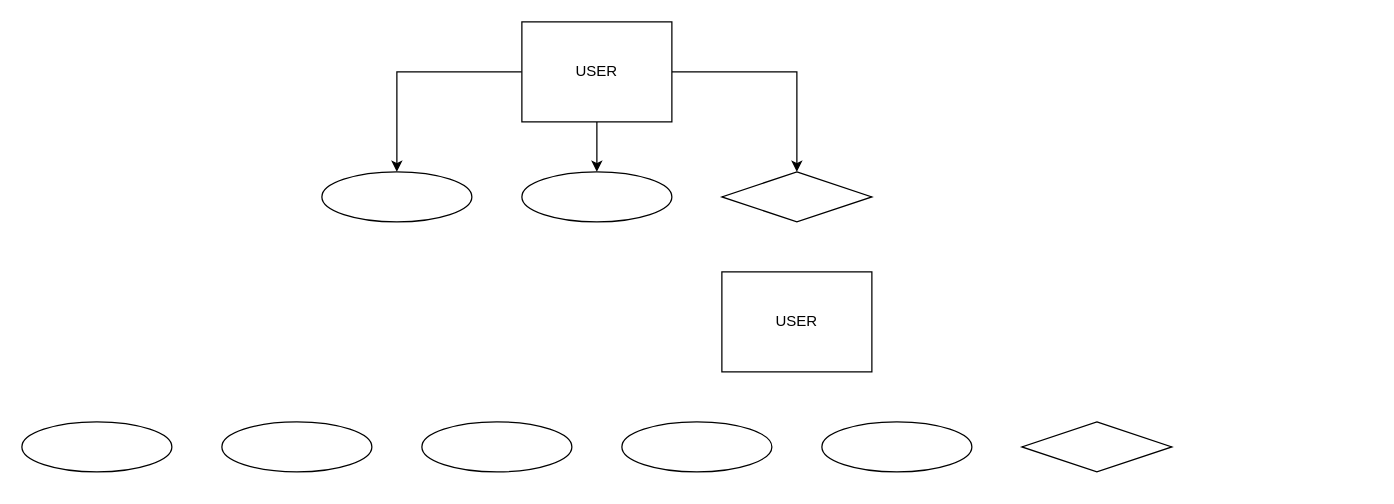
Earlier version of the draw.io diagram Appl Idea/Draft Entity Relationship Diagram (ERD).drawio (anhvuanhvu/SPU_CSC3220_W25_T7). Source tidied: cells renumbered, new cells numbered last; positions are measured from the earlier drawing's top-left corner, leaving out a move shared by most shapes. Both pictures are drawn from the tidied source at 125%, with x=0, y=0 at pixel (21, 21).
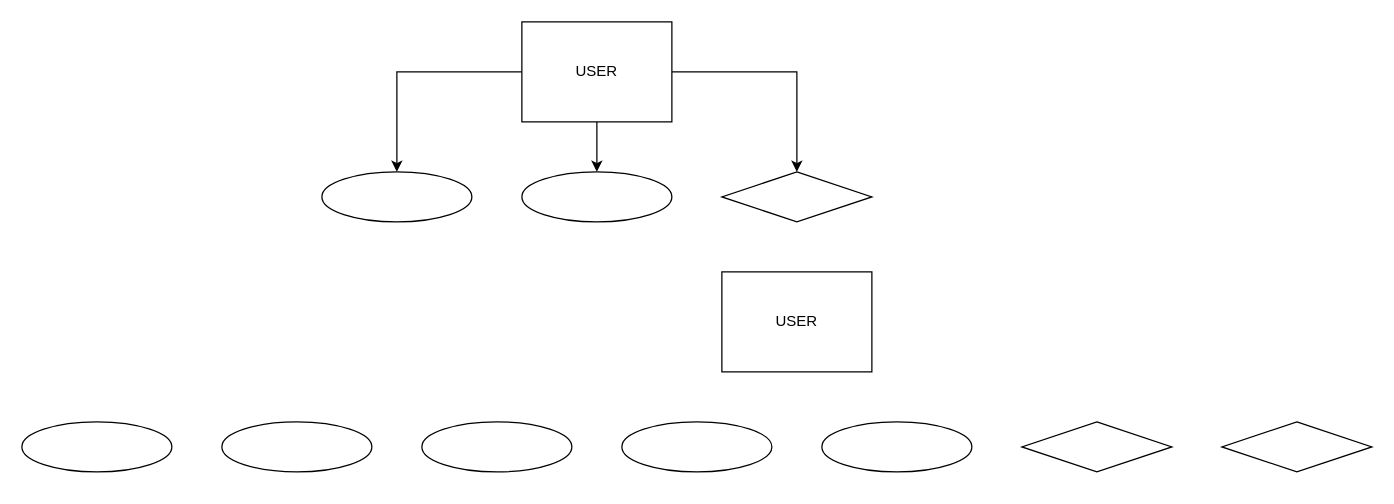
After the change.

What changed in the source:
```diff
@@
 <mxGraphModel>
   <root>
     <mxCell id="0" />
     <mxCell id="1" parent="0" />
     <mxCell id="2" style="edgeStyle=orthogonalEdgeStyle;rounded=0;jettySize=auto;html=1;entryX=0.5;entryY=0;entryDx=0;entryDy=0;" parent="1" edge="1" source="5" target="7">
       <mxGeometry relative="1" as="geometry" />
     </mxCell>
     <mxCell id="3" style="edgeStyle=orthogonalEdgeStyle;rounded=0;jettySize=auto;html=1;" parent="1" edge="1" source="5" target="6">
       <mxGeometry relative="1" as="geometry" />
     </mxCell>
     <mxCell id="4" style="edgeStyle=orthogonalEdgeStyle;rounded=0;jettySize=auto;html=1;entryX=0.5;entryY=0;entryDx=0;entryDy=0;" parent="1" edge="1" source="5" target="8">
       <mxGeometry relative="1" as="geometry" />
     </mxCell>
     <mxCell id="5" value="USER" style="rounded=0;whiteSpace=wrap;html=1;" parent="1" vertex="1">
       <mxGeometry x="400" width="120" height="80" as="geometry" />
     </mxCell>
     <mxCell id="6" style="ellipse;whiteSpace=wrap;html=1;" parent="1" vertex="1">
       <mxGeometry x="400" y="120" width="120" height="40" as="geometry" />
     </mxCell>
     <mxCell id="7" style="ellipse;whiteSpace=wrap;html=1;" parent="1" vertex="1">
       <mxGeometry x="240" y="120" width="120" height="40" as="geometry" />
     </mxCell>
     <mxCell id="8" style="rhombus;whiteSpace=wrap;html=1;" parent="1" vertex="1">
       <mxGeometry x="560" y="120" width="120" height="40" as="geometry" />
     </mxCell>
     <mxCell id="9" value="USER" style="rounded=0;whiteSpace=wrap;html=1;" parent="1" vertex="1">
       <mxGeometry x="560" y="200" width="120" height="80" as="geometry" />
     </mxCell>
     <mxCell id="10" style="ellipse;whiteSpace=wrap;html=1;" parent="1" vertex="1">
       <mxGeometry x="480" y="320" width="120" height="40" as="geometry" />
     </mxCell>
     <mxCell id="11" style="ellipse;whiteSpace=wrap;html=1;" parent="1" vertex="1">
       <mxGeometry x="640" y="320" width="120" height="40" as="geometry" />
     </mxCell>
     <mxCell id="12" style="ellipse;whiteSpace=wrap;html=1;" parent="1" vertex="1">
       <mxGeometry x="320" y="320" width="120" height="40" as="geometry" />
     </mxCell>
     <mxCell id="13" style="ellipse;whiteSpace=wrap;html=1;" parent="1" vertex="1">
       <mxGeometry x="160" y="320" width="120" height="40" as="geometry" />
     </mxCell>
     <mxCell id="14" style="ellipse;whiteSpace=wrap;html=1;" parent="1" vertex="1">
       <mxGeometry y="320" width="120" height="40" as="geometry" />
     </mxCell>
     <mxCell id="15" style="edgeStyle=orthogonalEdgeStyle;rounded=0;orthogonalLoop=1;jettySize=auto;html=1;exitX=0.5;exitY=1;exitDx=0;exitDy=0;" parent="1" edge="1" source="12" target="12">
       <mxGeometry relative="1" as="geometry" />
     </mxCell>
     <mxCell id="16" style="rhombus;whiteSpace=wrap;html=1;" parent="1" vertex="1">
       <mxGeometry x="800" y="320" width="120" height="40" as="geometry" />
     </mxCell>
+    <mxCell id="17" style="rhombus;whiteSpace=wrap;html=1;" parent="1" vertex="1">
+      <mxGeometry x="960" y="320" width="120" height="40" as="geometry" />
+    </mxCell>
   </root>
 </mxGraphModel>
```
